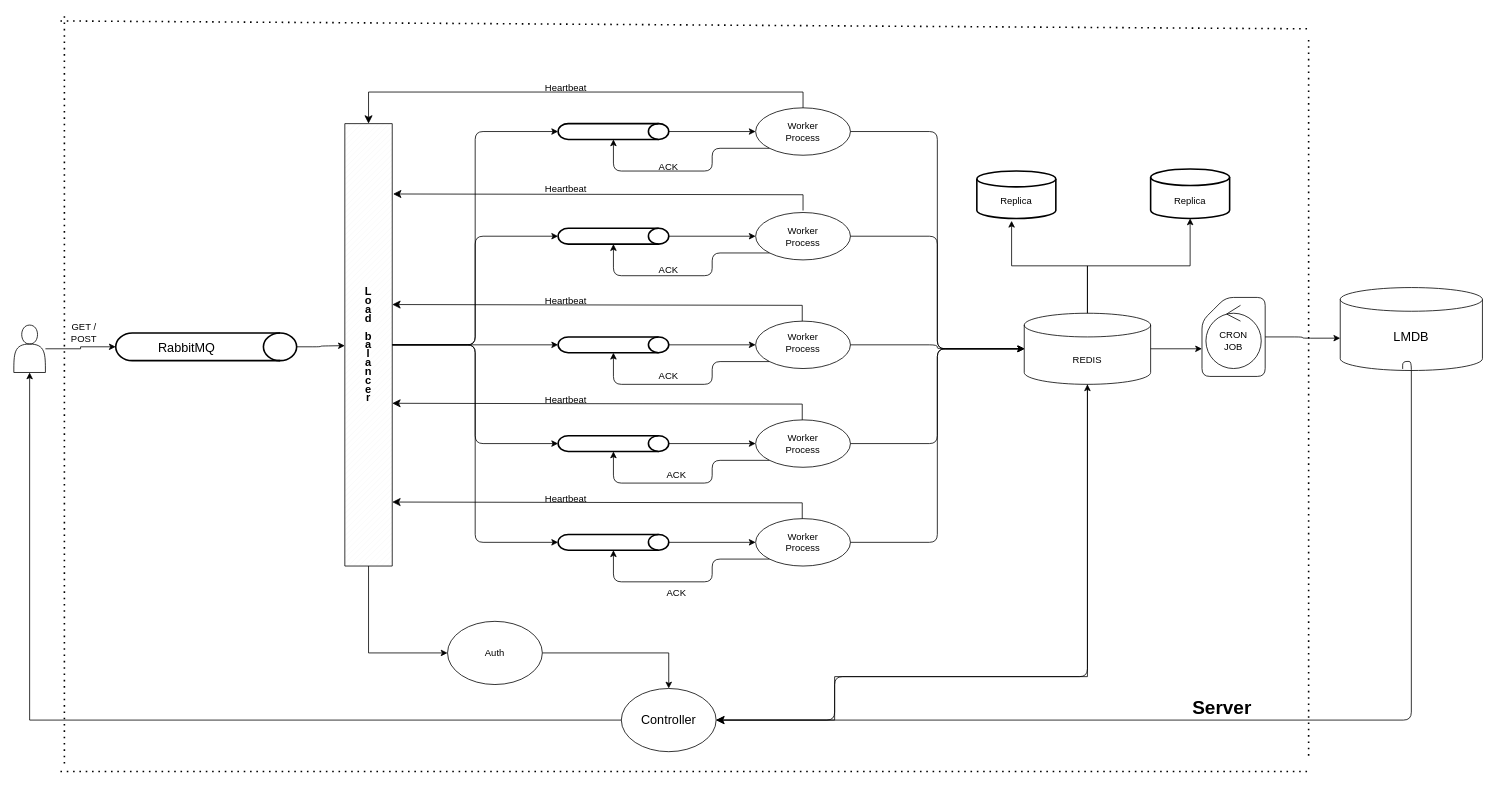
Before: page "Page-2" (2 of 2) of msgLengthCntAggrigator.drawio in mr-optimizer/System_architecture_diagrams, a draw.io diagram. Source tidied: cells renumbered, new cells numbered last; positions are measured from the earlier drawing's top-left corner, leaving out a move shared by most shapes. Both pictures are drawn from the tidied source at 79%, with x=0, y=0 at pixel (13, 14).
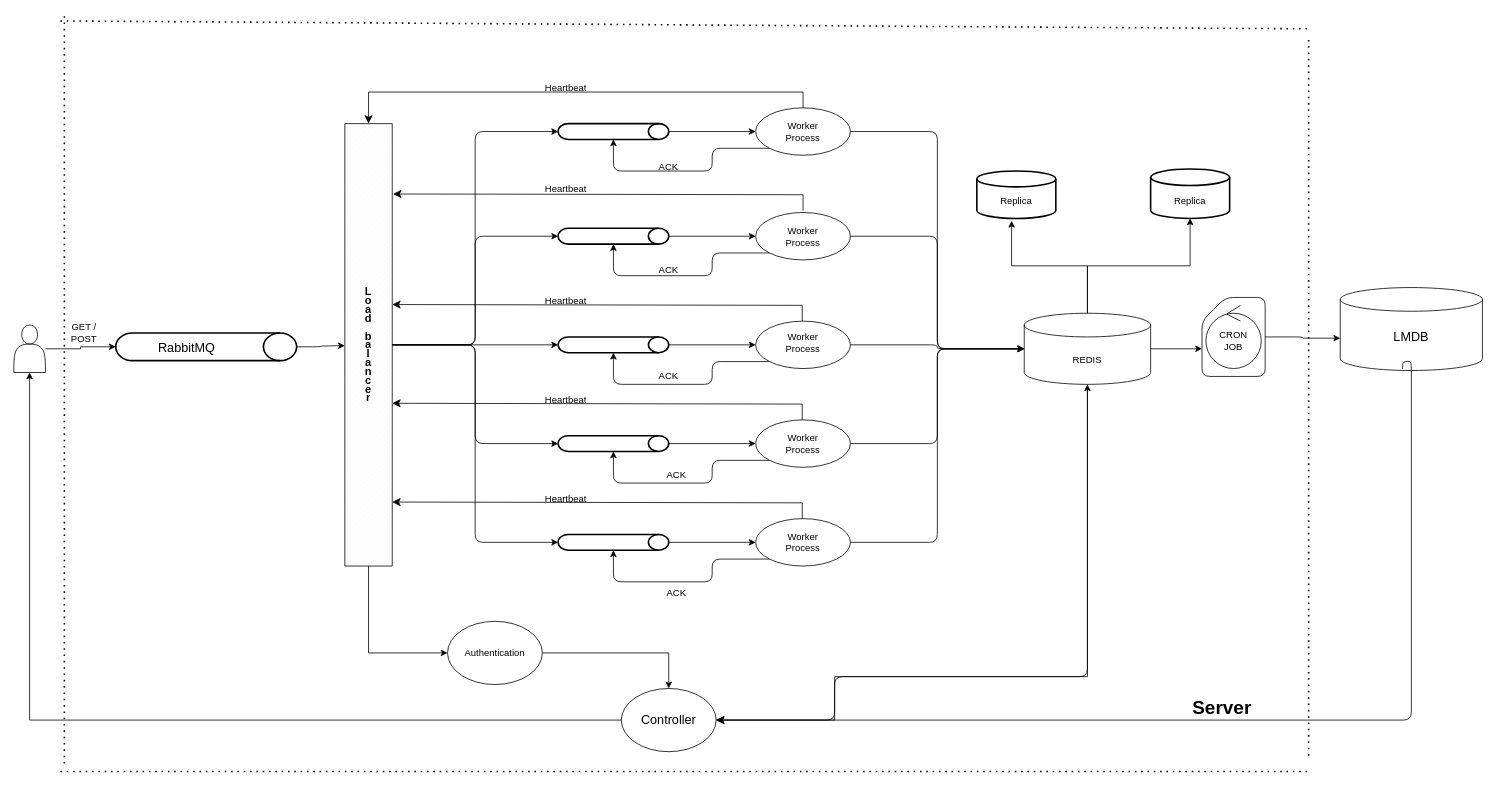
Above is the later version.

Diff of the diagram source:
```diff
@@
-    <mxCell id="87" value="Auth" style="text;html=1;strokeColor=none;fillColor=none;align=center;verticalAlign=middle;whiteSpace=wrap;rounded=0;" parent="1" vertex="1">
+    <mxCell id="87" value="Authentication" style="text;html=1;strokeColor=none;fillColor=none;align=center;verticalAlign=middle;whiteSpace=wrap;rounded=0;" parent="1" vertex="1">
       <mxGeometry x="579" y="793" width="60" height="30" as="geometry" />
     </mxCell>
```
